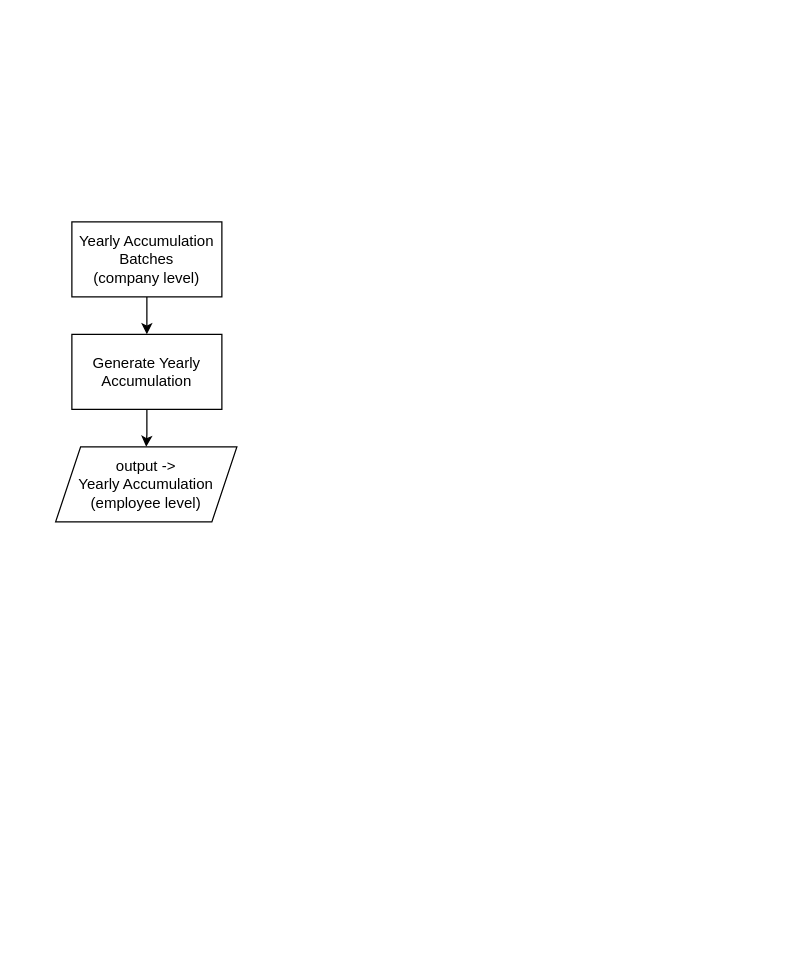
Earlier version of the draw.io diagram Yearly-accumulation.drawio (jezreelkosasih/diagram). Source tidied: cells renumbered, new cells numbered last; positions are measured from the earlier drawing's top-left corner, leaving out a move shared by most shapes. Both pictures are drawn from the tidied source at 125%, with x=0, y=0 at pixel (55, 221).
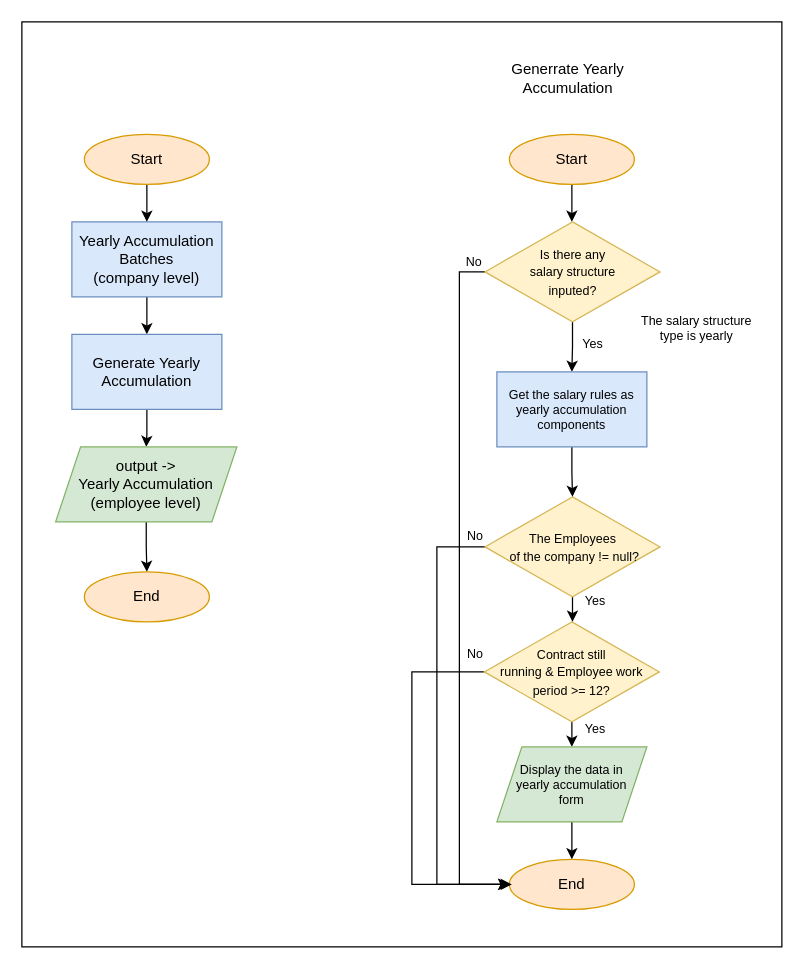
The same diagram, later.

What changed in the source:
```diff
@@
-    <mxCell id="3" value="Yearly Accumulation Batches&lt;br&gt;(company level)" style="rounded=0;whiteSpace=wrap;html=1;" parent="1" vertex="1">
+    <mxCell id="3" value="Yearly Accumulation Batches&lt;br&gt;(company level)" style="rounded=0;whiteSpace=wrap;html=1;fillColor=#dae8fc;strokeColor=#6c8ebf;" parent="1" vertex="1">
       <mxGeometry x="13" width="120" height="60" as="geometry" />
     </mxCell>
@@
-    <mxCell id="5" value="Generate Yearly Accumulation" style="rounded=0;whiteSpace=wrap;html=1;" parent="1" vertex="1">
+    <mxCell id="5" value="Generate Yearly Accumulation" style="rounded=0;whiteSpace=wrap;html=1;fillColor=#dae8fc;strokeColor=#6c8ebf;" parent="1" vertex="1">
       <mxGeometry x="13" y="90" width="120" height="60" as="geometry" />
     </mxCell>
+    <mxCell id="7" style="edgeStyle=orthogonalEdgeStyle;rounded=0;jettySize=auto;html=1;" parent="1" edge="1" source="6" target="10">
+      <mxGeometry relative="1" as="geometry" />
+    </mxCell>
-    <mxCell id="6" value="output -&amp;gt; &lt;br&gt;Yearly Accumulation (employee level)" style="shape=parallelogram;perimeter=parallelogramPerimeter;whiteSpace=wrap;html=1;fixedSize=1;" parent="1" vertex="1">
+    <mxCell id="6" value="output -&amp;gt; &lt;br&gt;Yearly Accumulation (employee level)" style="shape=parallelogram;perimeter=parallelogramPerimeter;whiteSpace=wrap;html=1;fixedSize=1;fillColor=#d5e8d4;strokeColor=#82b366;" parent="1" vertex="1">
       <mxGeometry y="180" width="145" height="60" as="geometry" />
     </mxCell>
+    <mxCell id="8" style="edgeStyle=orthogonalEdgeStyle;rounded=0;jettySize=auto;html=1;" parent="1" edge="1" source="9" target="3">
+      <mxGeometry relative="1" as="geometry" />
+    </mxCell>
+    <mxCell id="9" value="Start" style="ellipse;whiteSpace=wrap;html=1;fillColor=#ffe6cc;strokeColor=#d79b00;" parent="1" vertex="1">
+      <mxGeometry x="23" y="-70" width="100" height="40" as="geometry" />
+    </mxCell>
+    <mxCell id="10" value="End" style="ellipse;whiteSpace=wrap;html=1;fillColor=#ffe6cc;strokeColor=#d79b00;" parent="1" vertex="1">
+      <mxGeometry x="23" y="280" width="100" height="40" as="geometry" />
+    </mxCell>
+    <mxCell id="11" value="Generrate Yearly Accumulation" style="text;html=1;strokeColor=none;fillColor=none;align=center;verticalAlign=middle;whiteSpace=wrap;rounded=0;" parent="1" vertex="1">
+      <mxGeometry x="335" y="-130" width="150" height="30" as="geometry" />
+    </mxCell>
+    <mxCell id="12" style="edgeStyle=orthogonalEdgeStyle;rounded=0;jettySize=auto;html=1;" parent="1" edge="1" source="13">
+      <mxGeometry relative="1" as="geometry">
+        <mxPoint x="413" as="targetPoint" />
+      </mxGeometry>
+    </mxCell>
+    <mxCell id="13" value="Start" style="ellipse;whiteSpace=wrap;html=1;fillColor=#ffe6cc;strokeColor=#d79b00;" parent="1" vertex="1">
+      <mxGeometry x="363" y="-70" width="100" height="40" as="geometry" />
+    </mxCell>
+    <mxCell id="14" value="End" style="ellipse;whiteSpace=wrap;html=1;fillColor=#ffe6cc;strokeColor=#d79b00;" parent="1" vertex="1">
+      <mxGeometry x="363" y="510" width="100" height="40" as="geometry" />
+    </mxCell>
+    <mxCell id="15" style="edgeStyle=orthogonalEdgeStyle;rounded=0;jettySize=auto;html=1;entryX=0.5;entryY=0;entryDx=0;entryDy=0;fontSize=10;" parent="1" edge="1" source="17">
+      <mxGeometry relative="1" as="geometry">
+        <mxPoint x="413" y="420" as="targetPoint" />
+      </mxGeometry>
+    </mxCell>
+    <mxCell id="16" style="edgeStyle=orthogonalEdgeStyle;rounded=0;jettySize=auto;html=1;entryX=0;entryY=0.5;entryDx=0;entryDy=0;fontSize=10;" parent="1" edge="1" source="17" target="14">
+      <mxGeometry relative="1" as="geometry">
+        <Array as="points">
+          <mxPoint x="285" y="360" />
+          <mxPoint x="285" y="530" />
+        </Array>
+      </mxGeometry>
+    </mxCell>
+    <mxCell id="17" value="&lt;font style=&quot;font-size: 10px;&quot;&gt;Contract still &lt;br&gt;running &amp;amp; Employee work &lt;br&gt;period &amp;gt;= 12?&lt;/font&gt;" style="rhombus;whiteSpace=wrap;html=1;fillColor=#fff2cc;strokeColor=#d6b656;" parent="1" vertex="1">
+      <mxGeometry x="343" y="320" width="140" height="80" as="geometry" />
+    </mxCell>
+    <mxCell id="18" style="edgeStyle=orthogonalEdgeStyle;rounded=0;jettySize=auto;html=1;entryX=0.5;entryY=0;entryDx=0;entryDy=0;fontSize=10;" parent="1" edge="1" source="20" target="17">
+      <mxGeometry relative="1" as="geometry" />
+    </mxCell>
+    <mxCell id="19" style="edgeStyle=orthogonalEdgeStyle;rounded=0;jettySize=auto;html=1;fontSize=10;" parent="1" edge="1" source="20">
+      <mxGeometry relative="1" as="geometry">
+        <mxPoint x="365" y="530" as="targetPoint" />
+        <Array as="points">
+          <mxPoint x="305" y="260" />
+          <mxPoint x="305" y="530" />
+        </Array>
+      </mxGeometry>
+    </mxCell>
+    <mxCell id="20" value="&lt;span style=&quot;font-size: 10px;&quot;&gt;The Employees&lt;br&gt;&amp;nbsp;of the company != null?&lt;br&gt;&lt;/span&gt;" style="rhombus;whiteSpace=wrap;html=1;fillColor=#fff2cc;strokeColor=#d6b656;" parent="1" vertex="1">
+      <mxGeometry x="343.5" y="220" width="140" height="80" as="geometry" />
+    </mxCell>
+    <mxCell id="21" style="edgeStyle=orthogonalEdgeStyle;rounded=0;jettySize=auto;html=1;fontSize=10;" parent="1" edge="1" source="23" target="25">
+      <mxGeometry relative="1" as="geometry" />
+    </mxCell>
+    <mxCell id="22" style="edgeStyle=orthogonalEdgeStyle;rounded=0;jettySize=auto;html=1;entryX=0;entryY=0.5;entryDx=0;entryDy=0;fontSize=10;" parent="1" edge="1" source="23" target="14">
+      <mxGeometry relative="1" as="geometry">
+        <Array as="points">
+          <mxPoint x="323" y="40" />
+          <mxPoint x="323" y="530" />
+        </Array>
+      </mxGeometry>
+    </mxCell>
+    <mxCell id="23" value="&lt;span style=&quot;font-size: 10px;&quot;&gt;Is there any &lt;br&gt;salary structure &lt;br&gt;inputed?&lt;br&gt;&lt;/span&gt;" style="rhombus;whiteSpace=wrap;html=1;fillColor=#fff2cc;strokeColor=#d6b656;" parent="1" vertex="1">
+      <mxGeometry x="343.5" width="140" height="80" as="geometry" />
+    </mxCell>
+    <mxCell id="24" style="edgeStyle=orthogonalEdgeStyle;rounded=0;jettySize=auto;html=1;fontSize=10;" parent="1" edge="1" source="25" target="20">
+      <mxGeometry relative="1" as="geometry" />
+    </mxCell>
+    <mxCell id="25" value="Get the salary rules as yearly accumulation components" style="rounded=0;whiteSpace=wrap;html=1;fontSize=10;fillColor=#dae8fc;strokeColor=#6c8ebf;" parent="1" vertex="1">
+      <mxGeometry x="353" y="120" width="120" height="60" as="geometry" />
+    </mxCell>
+    <mxCell id="26" value="The salary structure type is yearly" style="text;html=1;strokeColor=none;fillColor=none;align=center;verticalAlign=middle;whiteSpace=wrap;rounded=0;fontSize=10;" parent="1" vertex="1">
+      <mxGeometry x="463" y="70" width="100" height="30" as="geometry" />
+    </mxCell>
+    <mxCell id="27" style="edgeStyle=orthogonalEdgeStyle;rounded=0;jettySize=auto;html=1;fontSize=10;" parent="1" edge="1" source="28" target="14">
+      <mxGeometry relative="1" as="geometry" />
+    </mxCell>
+    <mxCell id="28" value="Display the data in&lt;br&gt;yearly accumulation&lt;br&gt;form" style="shape=parallelogram;perimeter=parallelogramPerimeter;whiteSpace=wrap;html=1;fixedSize=1;fontSize=10;fillColor=#d5e8d4;strokeColor=#82b366;" parent="1" vertex="1">
+      <mxGeometry x="353" y="420" width="120" height="60" as="geometry" />
+    </mxCell>
+    <mxCell id="29" value="No" style="text;html=1;strokeColor=none;fillColor=none;align=center;verticalAlign=middle;whiteSpace=wrap;rounded=0;fontSize=10;" parent="1" vertex="1">
+      <mxGeometry x="306" y="330" width="60" height="30" as="geometry" />
+    </mxCell>
+    <mxCell id="30" value="No" style="text;html=1;strokeColor=none;fillColor=none;align=center;verticalAlign=middle;whiteSpace=wrap;rounded=0;fontSize=10;" parent="1" vertex="1">
+      <mxGeometry x="306" y="236" width="60" height="30" as="geometry" />
+    </mxCell>
+    <mxCell id="31" value="No" style="text;html=1;strokeColor=none;fillColor=none;align=center;verticalAlign=middle;whiteSpace=wrap;rounded=0;fontSize=10;" parent="1" vertex="1">
+      <mxGeometry x="305" y="17" width="60" height="30" as="geometry" />
+    </mxCell>
+    <mxCell id="32" value="Yes" style="text;html=1;strokeColor=none;fillColor=none;align=center;verticalAlign=middle;whiteSpace=wrap;rounded=0;fontSize=10;" parent="1" vertex="1">
+      <mxGeometry x="402" y="288" width="60" height="30" as="geometry" />
+    </mxCell>
+    <mxCell id="33" value="Yes" style="text;html=1;strokeColor=none;fillColor=none;align=center;verticalAlign=middle;whiteSpace=wrap;rounded=0;fontSize=10;" parent="1" vertex="1">
+      <mxGeometry x="402" y="390" width="60" height="30" as="geometry" />
+    </mxCell>
+    <mxCell id="34" value="Yes" style="text;html=1;strokeColor=none;fillColor=none;align=center;verticalAlign=middle;whiteSpace=wrap;rounded=0;fontSize=10;" parent="1" vertex="1">
+      <mxGeometry x="400" y="82" width="60" height="30" as="geometry" />
+    </mxCell>
+    <mxCell id="35" style="rounded=0;whiteSpace=wrap;html=1;fontSize=10;fillColor=none;" parent="1" vertex="1">
+      <mxGeometry x="-27" y="-160" width="608" height="740" as="geometry" />
+    </mxCell>
```
